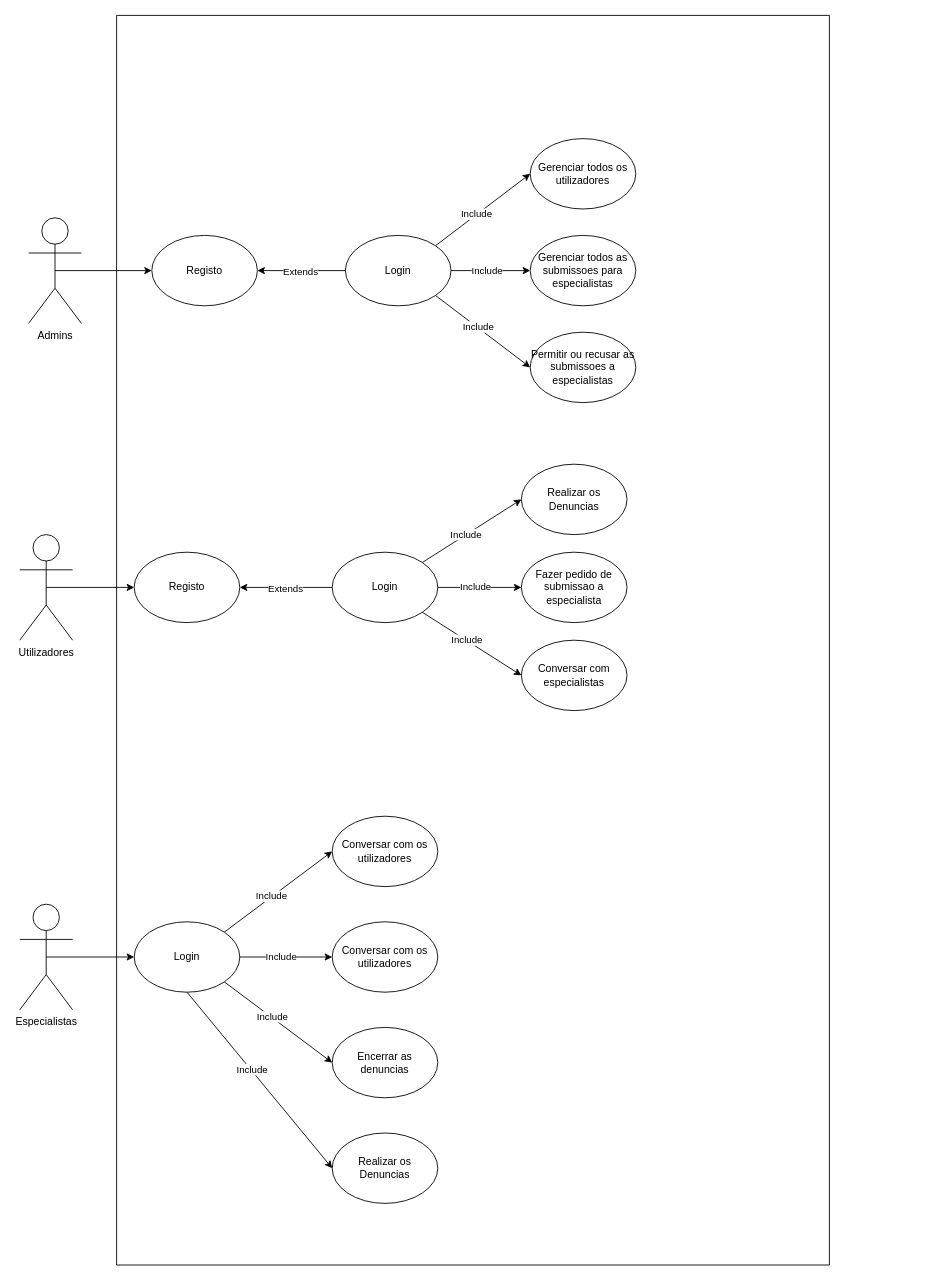
Earlier version of the draw.io diagram page "Casos de Uso" (1 of 2) of Drawio/Casos_de_Uso.drawio (henriqueolivgp/Plataforma-De-Denuncias-De-Ciberataques). Source tidied: cells renumbered, new cells numbered last; positions are measured from the earlier drawing's top-left corner, leaving out a move shared by most shapes. Both pictures are drawn from the tidied source at 88%, with x=0, y=0 at pixel (19, 15).
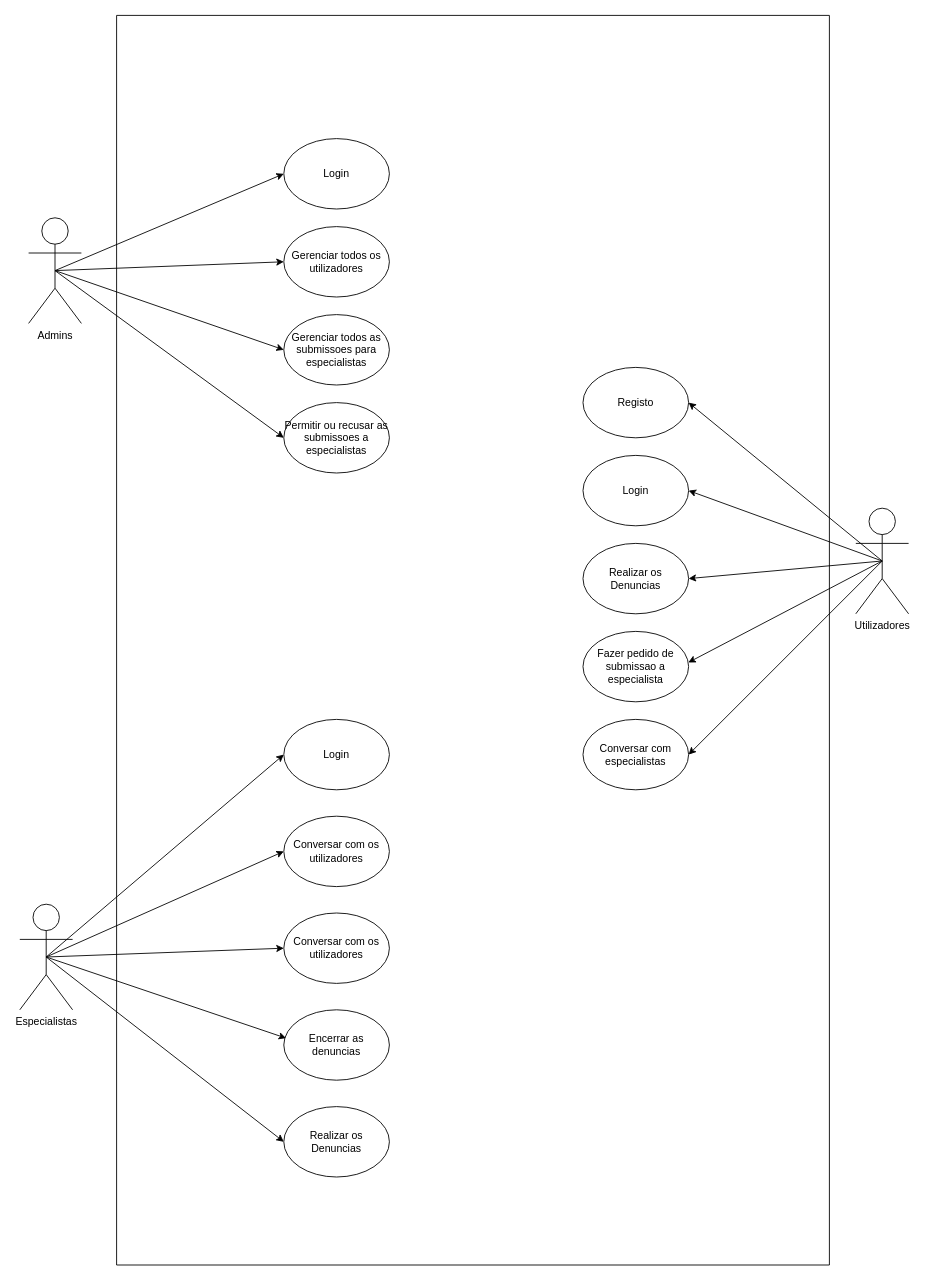
The same page after the edit.

Unchanged cells that the change refers to:
```xml
<mxCell id="2" style="swimlane;startSize=0;" parent="1" vertex="1">
  <mxGeometry x="110" width="810" height="1420" as="geometry" />
</mxCell>
<mxCell id="42" value="Admins" style="shape=umlActor;verticalLabelPosition=bottom;verticalAlign=top;html=1;outlineConnect=0;" parent="1" vertex="1">
  <mxGeometry x="10" y="230" width="60" height="120" as="geometry" />
</mxCell>
<mxCell id="44" value="Especialistas" style="shape=umlActor;verticalLabelPosition=bottom;verticalAlign=top;html=1;outlineConnect=0;" parent="1" vertex="1">
  <mxGeometry y="1010" width="60" height="120" as="geometry" />
</mxCell>
```

The edit, as a diff of the source:
```diff
@@
-    <mxCell id="3" value="Registo" style="ellipse;whiteSpace=wrap;html=1;" parent="2" vertex="1">
-      <mxGeometry x="40" y="250" width="120" height="80" as="geometry" />
-    </mxCell>
     <mxCell id="4" value="Login" style="ellipse;whiteSpace=wrap;html=1;" parent="2" vertex="1">
-      <mxGeometry x="260" y="250" width="120" height="80" as="geometry" />
+      <mxGeometry x="190" y="140" width="120" height="80" as="geometry" />
     </mxCell>
-    <mxCell id="5" style="endArrow=classic;html=1;rounded=0;entryX=1;entryY=0.5;entryDx=0;entryDy=0;exitX=0;exitY=0.5;exitDx=0;exitDy=0;" parent="2" edge="1" source="4" target="3">
-      <mxGeometry relative="1" as="geometry" />
-    </mxCell>
-    <mxCell id="6" value="Extends" style="edgeLabel;html=1;align=center;verticalAlign=middle;" parent="5" vertex="1">
-      <mxGeometry x="0.03" y="1" relative="1" as="geometry" />
-    </mxCell>
     <mxCell id="7" value="Gerenciar todos os utilizadores" style="ellipse;whiteSpace=wrap;html=1;" parent="2" vertex="1">
-      <mxGeometry x="470" y="140" width="120" height="80" as="geometry" />
+      <mxGeometry x="190" y="240" width="120" height="80" as="geometry" />
     </mxCell>
     <mxCell id="8" value="Gerenciar todos as submissoes para especialistas" style="ellipse;whiteSpace=wrap;html=1;" parent="2" vertex="1">
-      <mxGeometry x="470" y="250" width="120" height="80" as="geometry" />
+      <mxGeometry x="190" y="340" width="120" height="80" as="geometry" />
     </mxCell>
     <mxCell id="9" value="Permitir ou recusar as submissoes a especialistas" style="ellipse;whiteSpace=wrap;html=1;" parent="2" vertex="1">
-      <mxGeometry x="470" y="360" width="120" height="80" as="geometry" />
+      <mxGeometry x="190" y="440" width="120" height="80" as="geometry" />
     </mxCell>
-    <mxCell id="10" style="endArrow=classic;html=1;rounded=0;exitX=1;exitY=0;exitDx=0;exitDy=0;entryX=0;entryY=0.5;entryDx=0;entryDy=0;" parent="2" edge="1" source="4" target="7">
-      <mxGeometry relative="1" as="geometry" />
-    </mxCell>
-    <mxCell id="11" value="Include" style="edgeLabel;html=1;align=center;verticalAlign=middle;" parent="10" vertex="1">
-      <mxGeometry x="-0.12" y="1" relative="1" as="geometry" />
-    </mxCell>
-    <mxCell id="12" style="endArrow=classic;html=1;rounded=0;exitX=1;exitY=0.5;exitDx=0;exitDy=0;entryX=0;entryY=0.5;entryDx=0;entryDy=0;" parent="2" edge="1" source="4" target="8">
-      <mxGeometry relative="1" as="geometry" />
-    </mxCell>
-    <mxCell id="13" value="Include" style="edgeLabel;html=1;align=center;verticalAlign=middle;" parent="12" vertex="1">
-      <mxGeometry x="-0.12" y="1" relative="1" as="geometry" />
-    </mxCell>
-    <mxCell id="14" style="endArrow=classic;html=1;rounded=0;exitX=1;exitY=1;exitDx=0;exitDy=0;entryX=0;entryY=0.5;entryDx=0;entryDy=0;" parent="2" edge="1" source="4" target="9">
-      <mxGeometry relative="1" as="geometry" />
-    </mxCell>
-    <mxCell id="15" value="Include" style="edgeLabel;html=1;align=center;verticalAlign=middle;" parent="14" vertex="1">
-      <mxGeometry x="-0.12" y="1" relative="1" as="geometry" />
-    </mxCell>
     <mxCell id="16" value="Registo" style="ellipse;whiteSpace=wrap;html=1;" parent="2" vertex="1">
-      <mxGeometry x="20" y="610" width="120" height="80" as="geometry" />
+      <mxGeometry x="530" y="400" width="120" height="80" as="geometry" />
     </mxCell>
     <mxCell id="17" value="Login" style="ellipse;whiteSpace=wrap;html=1;" parent="2" vertex="1">
-      <mxGeometry x="245" y="610" width="120" height="80" as="geometry" />
+      <mxGeometry x="530" y="500" width="120" height="80" as="geometry" />
     </mxCell>
-    <mxCell id="18" style="endArrow=classic;html=1;rounded=0;entryX=1;entryY=0.5;entryDx=0;entryDy=0;exitX=0;exitY=0.5;exitDx=0;exitDy=0;" parent="2" edge="1" source="17" target="16">
-      <mxGeometry relative="1" as="geometry" />
-    </mxCell>
-    <mxCell id="19" value="Extends" style="edgeLabel;html=1;align=center;verticalAlign=middle;" parent="18" vertex="1">
-      <mxGeometry x="0.03" y="1" relative="1" as="geometry" />
-    </mxCell>
     <mxCell id="20" value="Realizar os Denuncias" style="ellipse;whiteSpace=wrap;html=1;" parent="2" vertex="1">
-      <mxGeometry x="460" y="510" width="120" height="80" as="geometry" />
+      <mxGeometry x="530" y="600" width="120" height="80" as="geometry" />
     </mxCell>
     <mxCell id="21" value="Fazer pedido de submissao a especialista" style="ellipse;whiteSpace=wrap;html=1;" parent="2" vertex="1">
-      <mxGeometry x="460" y="610" width="120" height="80" as="geometry" />
+      <mxGeometry x="530" y="700" width="120" height="80" as="geometry" />
     </mxCell>
     <mxCell id="22" value="Conversar com especialistas" style="ellipse;whiteSpace=wrap;html=1;" parent="2" vertex="1">
-      <mxGeometry x="460" y="710" width="120" height="80" as="geometry" />
+      <mxGeometry x="530" y="800" width="120" height="80" as="geometry" />
     </mxCell>
-    <mxCell id="23" style="endArrow=classic;html=1;rounded=0;exitX=1;exitY=0;exitDx=0;exitDy=0;entryX=0;entryY=0.5;entryDx=0;entryDy=0;" parent="2" edge="1" source="17" target="20">
-      <mxGeometry relative="1" as="geometry" />
-    </mxCell>
-    <mxCell id="24" value="Include" style="edgeLabel;html=1;align=center;verticalAlign=middle;" parent="23" vertex="1">
-      <mxGeometry x="-0.12" y="1" relative="1" as="geometry" />
-    </mxCell>
-    <mxCell id="25" style="endArrow=classic;html=1;rounded=0;exitX=1;exitY=0.5;exitDx=0;exitDy=0;entryX=0;entryY=0.5;entryDx=0;entryDy=0;" parent="2" edge="1" source="17" target="21">
-      <mxGeometry relative="1" as="geometry" />
-    </mxCell>
-    <mxCell id="26" value="Include" style="edgeLabel;html=1;align=center;verticalAlign=middle;" parent="25" vertex="1">
-      <mxGeometry x="-0.12" y="1" relative="1" as="geometry" />
-    </mxCell>
-    <mxCell id="27" style="endArrow=classic;html=1;rounded=0;exitX=1;exitY=1;exitDx=0;exitDy=0;entryX=0;entryY=0.5;entryDx=0;entryDy=0;" parent="2" edge="1" source="17" target="22">
-      <mxGeometry relative="1" as="geometry" />
-    </mxCell>
-    <mxCell id="28" value="Include" style="edgeLabel;html=1;align=center;verticalAlign=middle;" parent="27" vertex="1">
-      <mxGeometry x="-0.12" y="1" relative="1" as="geometry" />
-    </mxCell>
     <mxCell id="29" value="Login" style="ellipse;whiteSpace=wrap;html=1;" parent="2" vertex="1">
-      <mxGeometry x="20" y="1030" width="120" height="80" as="geometry" />
+      <mxGeometry x="190" y="800" width="120" height="80" as="geometry" />
     </mxCell>
     <mxCell id="30" value="Conversar com os utilizadores" style="ellipse;whiteSpace=wrap;html=1;" parent="2" vertex="1">
-      <mxGeometry x="245" y="910" width="120" height="80" as="geometry" />
+      <mxGeometry x="190" y="910" width="120" height="80" as="geometry" />
     </mxCell>
     <mxCell id="31" value="Conversar com os utilizadores" style="ellipse;whiteSpace=wrap;html=1;" parent="2" vertex="1">
-      <mxGeometry x="245" y="1030" width="120" height="80" as="geometry" />
+      <mxGeometry x="190" y="1020" width="120" height="80" as="geometry" />
     </mxCell>
-    <mxCell id="32" style="endArrow=classic;html=1;rounded=0;exitX=1;exitY=0;exitDx=0;exitDy=0;entryX=0;entryY=0.5;entryDx=0;entryDy=0;" parent="2" edge="1" source="29" target="30">
-      <mxGeometry relative="1" as="geometry" />
-    </mxCell>
-    <mxCell id="33" value="Include" style="edgeLabel;html=1;align=center;verticalAlign=middle;" parent="32" vertex="1">
-      <mxGeometry x="-0.12" y="1" relative="1" as="geometry" />
-    </mxCell>
     <mxCell id="34" value="Encerrar as denuncias" style="ellipse;whiteSpace=wrap;html=1;" parent="2" vertex="1">
-      <mxGeometry x="245" y="1150" width="120" height="80" as="geometry" />
+      <mxGeometry x="190" y="1130" width="120" height="80" as="geometry" />
     </mxCell>
-    <mxCell id="35" style="endArrow=classic;html=1;rounded=0;exitX=1;exitY=0.5;exitDx=0;exitDy=0;entryX=0;entryY=0.5;entryDx=0;entryDy=0;" parent="2" edge="1" source="29" target="31">
-      <mxGeometry relative="1" as="geometry" />
-    </mxCell>
-    <mxCell id="36" value="Include" style="edgeLabel;html=1;align=center;verticalAlign=middle;" parent="35" vertex="1">
-      <mxGeometry x="-0.12" y="1" relative="1" as="geometry" />
-    </mxCell>
-    <mxCell id="37" style="endArrow=classic;html=1;rounded=0;exitX=1;exitY=1;exitDx=0;exitDy=0;entryX=0;entryY=0.5;entryDx=0;entryDy=0;" parent="2" edge="1" source="29" target="34">
-      <mxGeometry relative="1" as="geometry" />
-    </mxCell>
-    <mxCell id="38" value="Include" style="edgeLabel;html=1;align=center;verticalAlign=middle;" parent="37" vertex="1">
-      <mxGeometry x="-0.12" y="1" relative="1" as="geometry" />
-    </mxCell>
     <mxCell id="39" value="Realizar os Denuncias" style="ellipse;whiteSpace=wrap;html=1;" parent="2" vertex="1">
-      <mxGeometry x="245" y="1270" width="120" height="80" as="geometry" />
+      <mxGeometry x="190" y="1240" width="120" height="80" as="geometry" />
     </mxCell>
-    <mxCell id="40" style="endArrow=classic;html=1;rounded=0;exitX=0.5;exitY=1;exitDx=0;exitDy=0;entryX=0;entryY=0.5;entryDx=0;entryDy=0;" parent="2" edge="1" source="29" target="39">
-      <mxGeometry relative="1" as="geometry" />
-    </mxCell>
-    <mxCell id="41" value="Include" style="edgeLabel;html=1;align=center;verticalAlign=middle;" parent="40" vertex="1">
-      <mxGeometry x="-0.12" y="1" relative="1" as="geometry" />
-    </mxCell>
@@
     <mxCell id="43" value="Utilizadores" style="shape=umlActor;verticalLabelPosition=bottom;verticalAlign=top;html=1;outlineConnect=0;" parent="1" vertex="1">
-      <mxGeometry y="590" width="60" height="120" as="geometry" />
+      <mxGeometry x="950" y="560" width="60" height="120" as="geometry" />
     </mxCell>
@@
-    <mxCell id="45" style="endArrow=classic;html=1;rounded=0;exitX=0.5;exitY=0.5;exitDx=0;exitDy=0;exitPerimeter=0;entryX=0;entryY=0.5;entryDx=0;entryDy=0;" parent="1" edge="1" source="42" target="3">
-      <mxGeometry relative="1" as="geometry" />
-    </mxCell>
-    <mxCell id="46" style="endArrow=classic;html=1;rounded=0;exitX=0.5;exitY=0.5;exitDx=0;exitDy=0;exitPerimeter=0;entryX=0;entryY=0.5;entryDx=0;entryDy=0;" parent="1" edge="1" source="43" target="16">
+    <mxCell id="46" style="endArrow=classic;html=1;rounded=0;exitX=0.5;exitY=0.5;exitDx=0;exitDy=0;exitPerimeter=0;entryX=1;entryY=0.5;entryDx=0;entryDy=0;" parent="1" edge="1" source="43" target="16">
       <mxGeometry relative="1" as="geometry" />
     </mxCell>
@@
+    <mxCell id="48" style="endArrow=classic;html=1;rounded=0;exitX=0.5;exitY=0.5;exitDx=0;exitDy=0;exitPerimeter=0;entryX=0;entryY=0.5;entryDx=0;entryDy=0;" parent="1" edge="1" source="42" target="4">
+      <mxGeometry relative="1" as="geometry" />
+    </mxCell>
+    <mxCell id="49" style="endArrow=classic;html=1;rounded=0;exitX=0.5;exitY=0.5;exitDx=0;exitDy=0;exitPerimeter=0;entryX=0;entryY=0.5;entryDx=0;entryDy=0;" parent="1" edge="1" source="42" target="7">
+      <mxGeometry relative="1" as="geometry" />
+    </mxCell>
+    <mxCell id="50" style="endArrow=classic;html=1;rounded=0;exitX=0.5;exitY=0.5;exitDx=0;exitDy=0;exitPerimeter=0;entryX=0;entryY=0.5;entryDx=0;entryDy=0;" parent="1" edge="1" source="42" target="8">
+      <mxGeometry relative="1" as="geometry" />
+    </mxCell>
+    <mxCell id="51" style="endArrow=classic;html=1;rounded=0;exitX=0.5;exitY=0.5;exitDx=0;exitDy=0;exitPerimeter=0;entryX=0;entryY=0.5;entryDx=0;entryDy=0;" parent="1" edge="1" source="42" target="9">
+      <mxGeometry relative="1" as="geometry" />
+    </mxCell>
+    <mxCell id="52" style="endArrow=classic;html=1;rounded=0;exitX=0.5;exitY=0.5;exitDx=0;exitDy=0;exitPerimeter=0;entryX=1;entryY=0.5;entryDx=0;entryDy=0;" parent="1" edge="1" source="43" target="17">
+      <mxGeometry relative="1" as="geometry" />
+    </mxCell>
+    <mxCell id="53" style="endArrow=classic;html=1;rounded=0;entryX=1;entryY=0.5;entryDx=0;entryDy=0;exitX=0.5;exitY=0.5;exitDx=0;exitDy=0;exitPerimeter=0;" parent="1" edge="1" source="43" target="20">
+      <mxGeometry relative="1" as="geometry" />
+    </mxCell>
+    <mxCell id="54" style="endArrow=classic;html=1;rounded=0;entryX=0.997;entryY=0.442;entryDx=0;entryDy=0;entryPerimeter=0;exitX=0.5;exitY=0.5;exitDx=0;exitDy=0;exitPerimeter=0;" parent="1" edge="1" source="43" target="21">
+      <mxGeometry relative="1" as="geometry" />
+    </mxCell>
+    <mxCell id="55" style="endArrow=classic;html=1;rounded=0;entryX=1;entryY=0.5;entryDx=0;entryDy=0;exitX=0.5;exitY=0.5;exitDx=0;exitDy=0;exitPerimeter=0;" parent="1" edge="1" source="43" target="22">
+      <mxGeometry relative="1" as="geometry" />
+    </mxCell>
+    <mxCell id="56" style="endArrow=classic;html=1;rounded=0;exitX=0.5;exitY=0.5;exitDx=0;exitDy=0;exitPerimeter=0;entryX=0;entryY=0.5;entryDx=0;entryDy=0;" parent="1" edge="1" source="44" target="30">
+      <mxGeometry relative="1" as="geometry" />
+    </mxCell>
+    <mxCell id="57" style="endArrow=classic;html=1;rounded=0;exitX=0.5;exitY=0.5;exitDx=0;exitDy=0;exitPerimeter=0;entryX=0;entryY=0.5;entryDx=0;entryDy=0;" parent="1" edge="1" source="44" target="31">
+      <mxGeometry relative="1" as="geometry" />
+    </mxCell>
+    <mxCell id="58" style="endArrow=classic;html=1;rounded=0;exitX=0.5;exitY=0.5;exitDx=0;exitDy=0;exitPerimeter=0;entryX=0.022;entryY=0.403;entryDx=0;entryDy=0;entryPerimeter=0;" parent="1" edge="1" source="44" target="34">
+      <mxGeometry relative="1" as="geometry" />
+    </mxCell>
+    <mxCell id="59" style="endArrow=classic;html=1;rounded=0;entryX=0;entryY=0.5;entryDx=0;entryDy=0;exitX=0.5;exitY=0.5;exitDx=0;exitDy=0;exitPerimeter=0;" parent="1" edge="1" source="44" target="39">
+      <mxGeometry relative="1" as="geometry" />
+    </mxCell>
```
